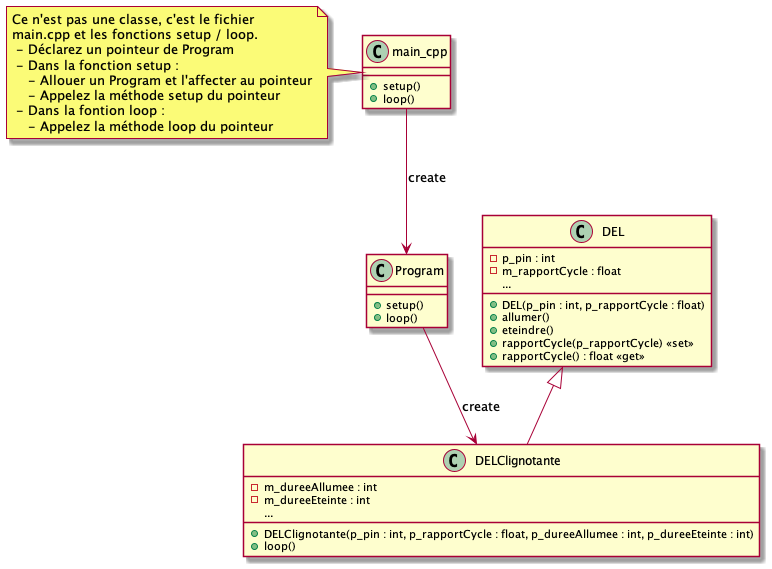
This is images/Module04_ProgrammationSorties/diag/DELClignotante/DELClignotante_diagclasses.png from PiFou86/420-W48-SF, a PlantUML export, as it was before one commit.
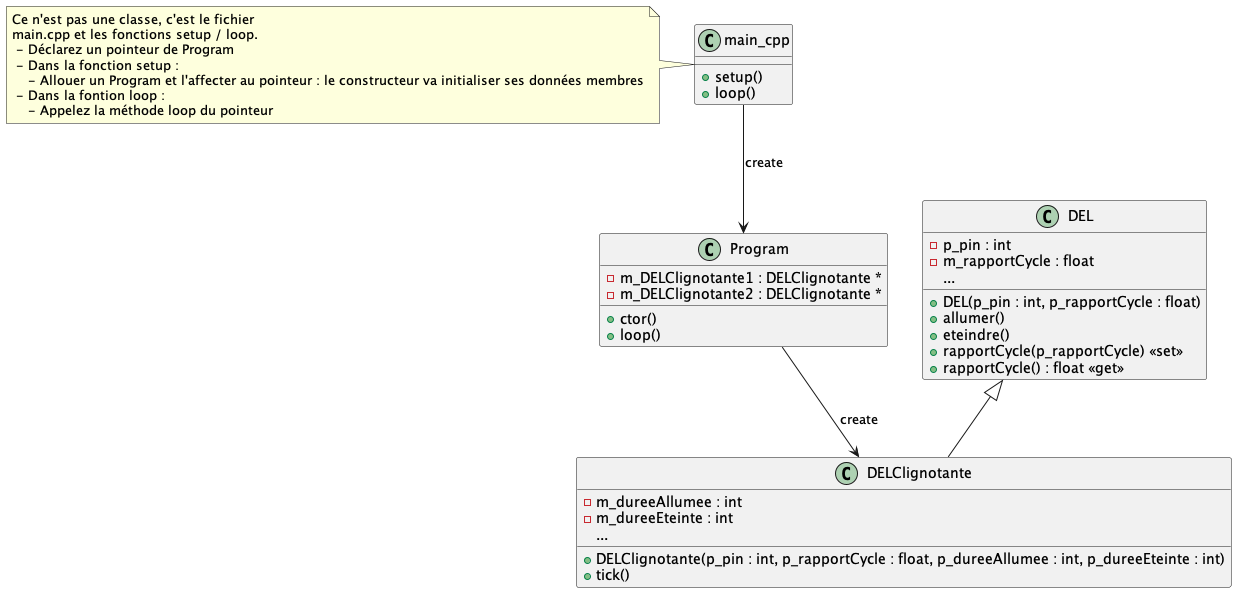
Above is the later version.

Commit message:
Uniformisation diagramme

Diff of the diagram source:
```diff
@@ -10,14 +10,15 @@
     main.cpp et les fonctions setup / loop.
      - Déclarez un pointeur de Program
      - Dans la fonction setup :
-        - Allouer un Program et l'affecter au pointeur
-        - Appelez la méthode setup du pointeur
+        - Allouer un Program et l'affecter au pointeur : le constructeur va initialiser ses données membres
      - Dans la fontion loop :
         - Appelez la méthode loop du pointeur
 end note
 
 class Program {
-    + setup()
+    - m_DELClignotante1 : DELClignotante *
+    - m_DELClignotante2 : DELClignotante *
+    + ctor()
     + loop()
 }
 
@@ -37,7 +38,7 @@
     - m_dureeEteinte : int
     ...
     + DELClignotante(p_pin : int, p_rapportCycle : float, p_dureeAllumee : int, p_dureeEteinte : int)
-    + loop()
+    + tick()
 }
 
 main_cpp --> Program : create
```
